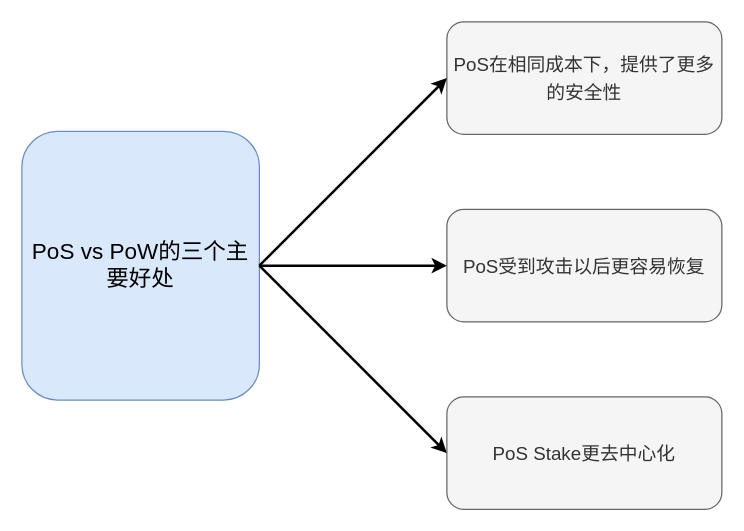
0xyicheng/a-research-diagram keeps this draw.io diagram as ethereum-research/POS vs POW & vb 2020.drawio. Above is the earlier version. Source tidied: cells renumbered, new cells numbered last; positions are measured from the earlier drawing's top-left corner, leaving out a move shared by most shapes. Both pictures are drawn from the tidied source at 125%, with x=0, y=0 at pixel (21, 21).
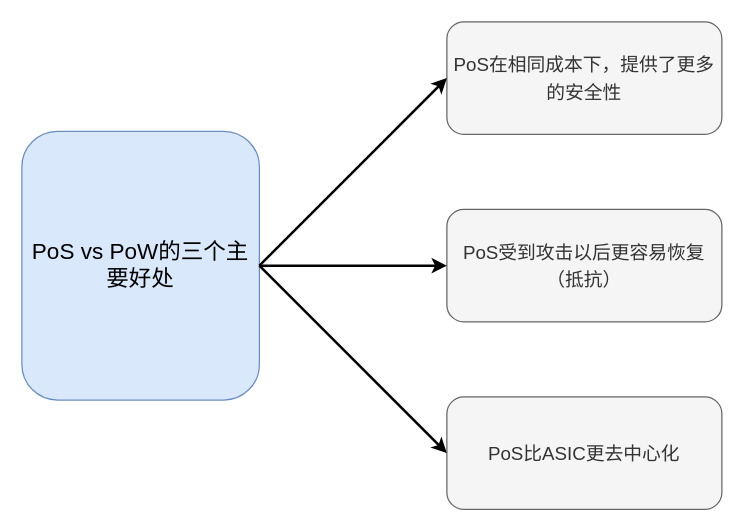
The same diagram, later.

Diff of the diagram source:
```diff
@@
 <mxGraphModel>
   <root>
     <mxCell id="0" />
     <mxCell id="1" parent="0" />
     <mxCell id="2" value="&lt;font style=&quot;font-size: 18px;&quot;&gt;PoS vs PoW的三个主要好处&lt;/font&gt;" style="rounded=1;whiteSpace=wrap;html=1;fillColor=#dae8fc;strokeColor=#6c8ebf;" parent="1" vertex="1">
       <mxGeometry y="87.5" width="190" height="215" as="geometry" />
     </mxCell>
     <mxCell id="3" value="&lt;font style=&quot;font-size: 15px;&quot;&gt;PoS在相同成本下，提供了更多的安全性&lt;/font&gt;" style="rounded=1;whiteSpace=wrap;html=1;fontSize=18;fillColor=#f5f5f5;strokeColor=#666666;fontColor=#333333;" parent="1" vertex="1">
       <mxGeometry x="340" width="220" height="90" as="geometry" />
     </mxCell>
-    <mxCell id="4" value="&lt;font style=&quot;font-size: 15px;&quot;&gt;PoS受到攻击以后更容易恢复&lt;/font&gt;" style="rounded=1;whiteSpace=wrap;html=1;fontSize=18;fillColor=#f5f5f5;strokeColor=#666666;fontColor=#333333;" parent="1" vertex="1">
+    <mxCell id="4" value="&lt;font style=&quot;font-size: 15px;&quot;&gt;PoS受到攻击以后更容易恢复（抵抗）&lt;/font&gt;" style="rounded=1;whiteSpace=wrap;html=1;fontSize=18;fillColor=#f5f5f5;strokeColor=#666666;fontColor=#333333;" parent="1" vertex="1">
       <mxGeometry x="340" y="150" width="220" height="90" as="geometry" />
     </mxCell>
-    <mxCell id="5" value="&lt;font style=&quot;font-size: 15px;&quot;&gt;PoS Stake更去中心化&lt;/font&gt;" style="rounded=1;whiteSpace=wrap;html=1;fontSize=18;fillColor=#f5f5f5;strokeColor=#666666;fontColor=#333333;" parent="1" vertex="1">
+    <mxCell id="5" value="&lt;font style=&quot;font-size: 15px;&quot;&gt;PoS比ASIC更去中心化&lt;/font&gt;" style="rounded=1;whiteSpace=wrap;html=1;fontSize=18;fillColor=#f5f5f5;strokeColor=#666666;fontColor=#333333;" parent="1" vertex="1">
       <mxGeometry x="340" y="300" width="220" height="90" as="geometry" />
     </mxCell>
     <mxCell id="6" style="endArrow=classic;html=1;rounded=0;fontSize=15;exitX=1;exitY=0.5;exitDx=0;exitDy=0;strokeWidth=2;entryX=0;entryY=0.5;entryDx=0;entryDy=0;" parent="1" edge="1" source="2" target="3">
       <mxGeometry relative="1" as="geometry" />
     </mxCell>
     <mxCell id="7" style="endArrow=classic;html=1;rounded=0;fontSize=15;exitX=1;exitY=0.5;exitDx=0;exitDy=0;strokeWidth=2;entryX=0;entryY=0.5;entryDx=0;entryDy=0;" parent="1" edge="1" source="2" target="4">
       <mxGeometry relative="1" as="geometry" />
     </mxCell>
     <mxCell id="8" style="endArrow=classic;html=1;rounded=0;fontSize=15;exitX=1;exitY=0.5;exitDx=0;exitDy=0;strokeWidth=2;entryX=0;entryY=0.5;entryDx=0;entryDy=0;" parent="1" edge="1" source="2" target="5">
       <mxGeometry relative="1" as="geometry" />
     </mxCell>
   </root>
 </mxGraphModel>
```
